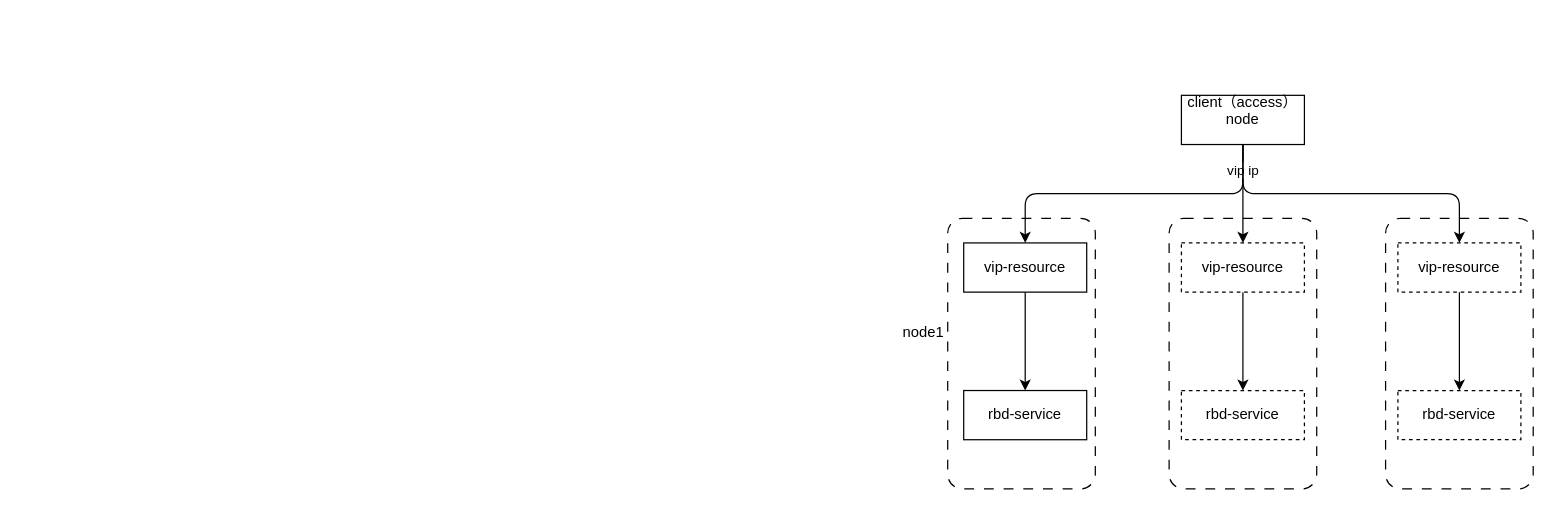
WeddySong/ceph keeps this draw.io diagram as page "第 2 页" (2 of 2) of doc/cephfs/xishu.drawio. Above is the earlier version. Source tidied: cells renumbered, new cells numbered last; positions are measured from the earlier drawing's top-left corner, leaving out a move shared by most shapes. Both pictures are drawn from the tidied source at 123%, with x=0, y=0 at pixel (886, 95).
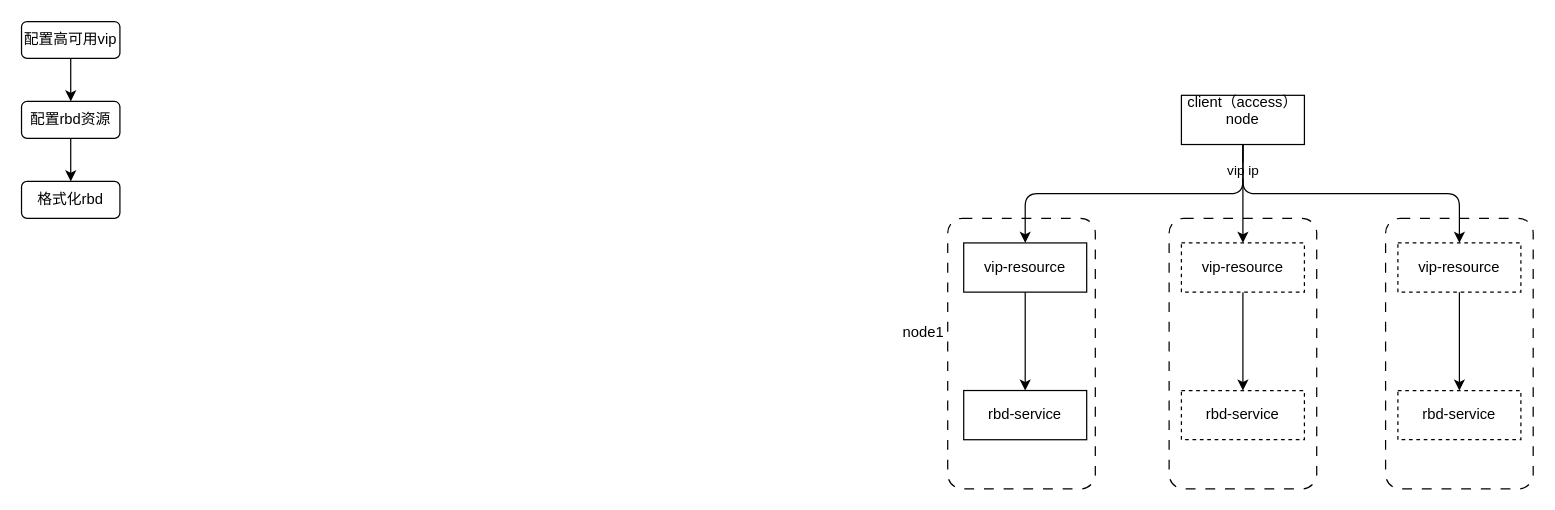
The same diagram, later.

What changed in the source:
```diff
@@
+    <mxCell id="20" style="edgeStyle=orthogonalEdgeStyle;rounded=0;jettySize=auto;html=1;" parent="1" edge="1" source="21" target="23">
+      <mxGeometry relative="1" as="geometry" />
+    </mxCell>
+    <mxCell id="21" value="配置高可用vip" style="rounded=1;whiteSpace=wrap;html=1;" parent="1" vertex="1">
+      <mxGeometry x="-703" y="-60" width="80" height="30" as="geometry" />
+    </mxCell>
+    <mxCell id="22" style="edgeStyle=orthogonalEdgeStyle;rounded=0;jettySize=auto;html=1;" parent="1" edge="1" source="23" target="24">
+      <mxGeometry relative="1" as="geometry" />
+    </mxCell>
+    <mxCell id="23" value="配置rbd资源" style="rounded=1;whiteSpace=wrap;html=1;" parent="1" vertex="1">
+      <mxGeometry x="-703" y="5" width="80" height="30" as="geometry" />
+    </mxCell>
+    <mxCell id="24" value="格式化rbd" style="rounded=1;whiteSpace=wrap;html=1;" parent="1" vertex="1">
+      <mxGeometry x="-703" y="70" width="80" height="30" as="geometry" />
+    </mxCell>
```
